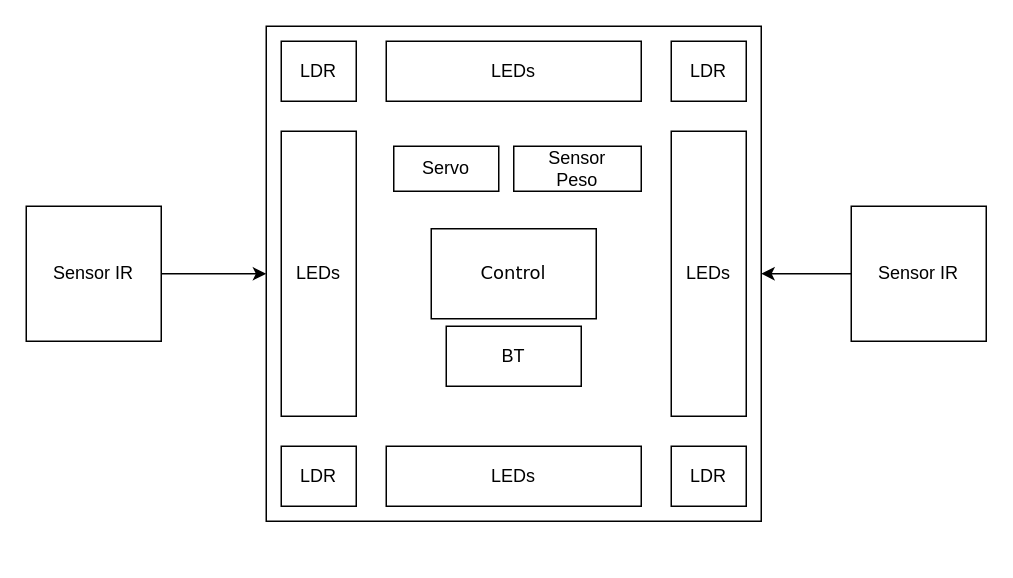
Earlier version of the draw.io diagram Diagramas/DiagramaFisico.drawio (OriaJoaquin/X3). Source tidied: cells renumbered, new cells numbered last; positions are measured from the earlier drawing's top-left corner, leaving out a move shared by most shapes. Both pictures are drawn from the tidied source at 150%, with x=0, y=0 at pixel (26, 26).
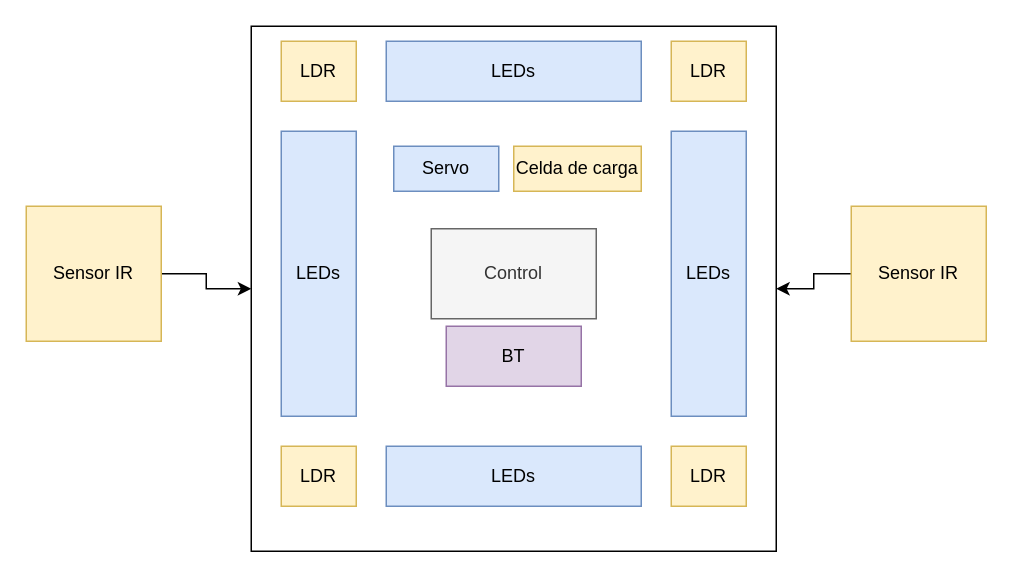
Above is the later version.

Change to the diagram source:
```diff
@@
     <mxCell id="2" style="whiteSpace=wrap;html=1;imageAspect=1;" parent="1" vertex="1">
-      <mxGeometry x="160" width="330" height="330" as="geometry" />
+      <mxGeometry x="150" width="350" height="350" as="geometry" />
     </mxCell>
@@
-    <mxCell id="4" value="Sensor IR" style="whiteSpace=wrap;html=1;imageAspect=0;" parent="1" vertex="1">
+    <mxCell id="4" value="Sensor IR" style="whiteSpace=wrap;html=1;imageAspect=0;fillColor=#fff2cc;strokeColor=#d6b656;" parent="1" vertex="1">
       <mxGeometry x="550" y="120" width="90" height="90" as="geometry" />
     </mxCell>
-    <mxCell id="5" style="rounded=0;whiteSpace=wrap;html=1;" parent="1" vertex="1">
+    <mxCell id="5" value="Control" style="rounded=0;whiteSpace=wrap;html=1;fillColor=#f5f5f5;strokeColor=#666666;fontColor=#333333;" parent="1" vertex="1">
       <mxGeometry x="270" y="135" width="110" height="60" as="geometry" />
     </mxCell>
-    <mxCell id="6" style="rounded=0;whiteSpace=wrap;html=1;imageWidth=24;" parent="1" vertex="1">
+    <mxCell id="6" value="LDR" style="rounded=0;whiteSpace=wrap;html=1;imageWidth=24;fillColor=#fff2cc;strokeColor=#d6b656;" parent="1" vertex="1">
       <mxGeometry x="430" y="280" width="50" height="40" as="geometry" />
     </mxCell>
-    <mxCell id="7" style="rounded=0;whiteSpace=wrap;html=1;" parent="1" vertex="1">
+    <mxCell id="7" value="BT" style="rounded=0;whiteSpace=wrap;html=1;fillColor=#e1d5e7;strokeColor=#9673a6;" parent="1" vertex="1">
       <mxGeometry x="280" y="200" width="90" height="40" as="geometry" />
     </mxCell>
-    <mxCell id="8" value="Servo" style="rounded=0;whiteSpace=wrap;html=1;" parent="1" vertex="1">
+    <mxCell id="8" value="Servo" style="rounded=0;whiteSpace=wrap;html=1;fillColor=#dae8fc;strokeColor=#6c8ebf;" parent="1" vertex="1">
       <mxGeometry x="245" y="80" width="70" height="30" as="geometry" />
     </mxCell>
-    <mxCell id="9" style="rounded=0;whiteSpace=wrap;html=1;" parent="1" vertex="1">
+    <mxCell id="9" value="Celda de carga" style="rounded=0;whiteSpace=wrap;html=1;fillColor=#fff2cc;strokeColor=#d6b656;" parent="1" vertex="1">
       <mxGeometry x="325" y="80" width="85" height="30" as="geometry" />
     </mxCell>
-    <mxCell id="10" value="&lt;font face=&quot;Verdana&quot;&gt;Control&lt;/font&gt;" style="text;html=1;strokeColor=none;fillColor=none;align=center;verticalAlign=middle;whiteSpace=wrap;rounded=0;" parent="1" vertex="1">
-      <mxGeometry x="280" y="145" width="90" height="40" as="geometry" />
-    </mxCell>
-    <mxCell id="11" value="BT" style="text;html=1;strokeColor=none;fillColor=none;align=center;verticalAlign=middle;whiteSpace=wrap;rounded=0;" parent="1" vertex="1">
-      <mxGeometry x="290" y="210" width="70" height="20" as="geometry" />
-    </mxCell>
-    <mxCell id="12" value="Sensor Peso" style="text;html=1;strokeColor=none;fillColor=none;align=center;verticalAlign=middle;whiteSpace=wrap;rounded=0;" parent="1" vertex="1">
-      <mxGeometry x="335" y="90" width="65" height="10" as="geometry" />
-    </mxCell>
-    <mxCell id="13" value="LDR" style="text;html=1;strokeColor=none;fillColor=none;align=center;verticalAlign=middle;whiteSpace=wrap;rounded=0;imageWidth=24;" parent="1" vertex="1">
-      <mxGeometry x="420" y="290" width="70" height="20" as="geometry" />
-    </mxCell>
@@
-    <mxCell id="15" value="Sensor IR" style="whiteSpace=wrap;html=1;imageAspect=0;" parent="1" vertex="1">
+    <mxCell id="15" value="Sensor IR" style="whiteSpace=wrap;html=1;imageAspect=0;fillColor=#fff2cc;strokeColor=#d6b656;" parent="1" vertex="1">
       <mxGeometry y="120" width="90" height="90" as="geometry" />
     </mxCell>
-    <mxCell id="16" value="LEDs" style="rounded=0;whiteSpace=wrap;html=1;direction=south;" parent="1" vertex="1">
+    <mxCell id="16" value="LEDs" style="rounded=0;whiteSpace=wrap;html=1;direction=south;fillColor=#dae8fc;strokeColor=#6c8ebf;" parent="1" vertex="1">
       <mxGeometry x="430" y="70" width="50" height="190" as="geometry" />
     </mxCell>
-    <mxCell id="17" style="rounded=0;whiteSpace=wrap;html=1;imageWidth=24;" parent="1" vertex="1">
+    <mxCell id="17" value="LDR" style="rounded=0;whiteSpace=wrap;html=1;imageWidth=24;fillColor=#fff2cc;strokeColor=#d6b656;" parent="1" vertex="1">
       <mxGeometry x="430" y="10" width="50" height="40" as="geometry" />
     </mxCell>
-    <mxCell id="18" value="LDR" style="text;html=1;strokeColor=none;fillColor=none;align=center;verticalAlign=middle;whiteSpace=wrap;rounded=0;imageWidth=24;" parent="1" vertex="1">
-      <mxGeometry x="420" y="20" width="70" height="20" as="geometry" />
-    </mxCell>
-    <mxCell id="19" style="rounded=0;whiteSpace=wrap;html=1;imageWidth=24;" parent="1" vertex="1">
+    <mxCell id="19" value="LDR" style="rounded=0;whiteSpace=wrap;html=1;imageWidth=24;fillColor=#fff2cc;strokeColor=#d6b656;" parent="1" vertex="1">
       <mxGeometry x="170" y="280" width="50" height="40" as="geometry" />
     </mxCell>
-    <mxCell id="20" value="LDR" style="text;html=1;strokeColor=none;fillColor=none;align=center;verticalAlign=middle;whiteSpace=wrap;rounded=0;imageWidth=24;" parent="1" vertex="1">
-      <mxGeometry x="160" y="290" width="70" height="20" as="geometry" />
-    </mxCell>
-    <mxCell id="21" style="rounded=0;whiteSpace=wrap;html=1;imageWidth=24;" parent="1" vertex="1">
+    <mxCell id="21" value="LDR" style="rounded=0;whiteSpace=wrap;html=1;imageWidth=24;fillColor=#fff2cc;strokeColor=#d6b656;" parent="1" vertex="1">
       <mxGeometry x="170" y="10" width="50" height="40" as="geometry" />
     </mxCell>
-    <mxCell id="22" value="LDR" style="text;html=1;strokeColor=none;fillColor=none;align=center;verticalAlign=middle;whiteSpace=wrap;rounded=0;imageWidth=24;" parent="1" vertex="1">
-      <mxGeometry x="160" y="20" width="70" height="20" as="geometry" />
-    </mxCell>
-    <mxCell id="23" value="LEDs" style="rounded=0;whiteSpace=wrap;html=1;direction=south;" parent="1" vertex="1">
+    <mxCell id="23" value="LEDs" style="rounded=0;whiteSpace=wrap;html=1;direction=south;fillColor=#dae8fc;strokeColor=#6c8ebf;" parent="1" vertex="1">
       <mxGeometry x="170" y="70" width="50" height="190" as="geometry" />
     </mxCell>
-    <mxCell id="24" value="LEDs" style="rounded=0;whiteSpace=wrap;html=1;direction=south;" parent="1" vertex="1">
+    <mxCell id="24" value="LEDs" style="rounded=0;whiteSpace=wrap;html=1;direction=south;fillColor=#dae8fc;strokeColor=#6c8ebf;" parent="1" vertex="1">
       <mxGeometry x="240" y="10" width="170" height="40" as="geometry" />
     </mxCell>
-    <mxCell id="25" value="LEDs" style="rounded=0;whiteSpace=wrap;html=1;direction=south;" parent="1" vertex="1">
+    <mxCell id="25" value="LEDs" style="rounded=0;whiteSpace=wrap;html=1;direction=south;fillColor=#dae8fc;strokeColor=#6c8ebf;" parent="1" vertex="1">
       <mxGeometry x="240" y="280" width="170" height="40" as="geometry" />
     </mxCell>
```
